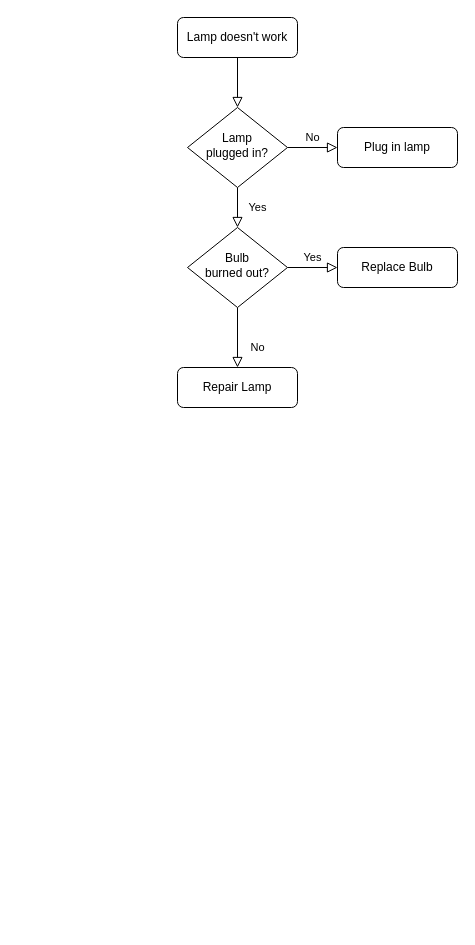
Before: Untitled Diagram.drawio in rachel0507/ECL-Authorization-mechanism, a draw.io diagram. Source tidied: cells renumbered, new cells numbered last; positions are measured from the earlier drawing's top-left corner, leaving out a move shared by most shapes. Both pictures are drawn from the tidied source at 100%, with x=0, y=0 at pixel (177, 17).
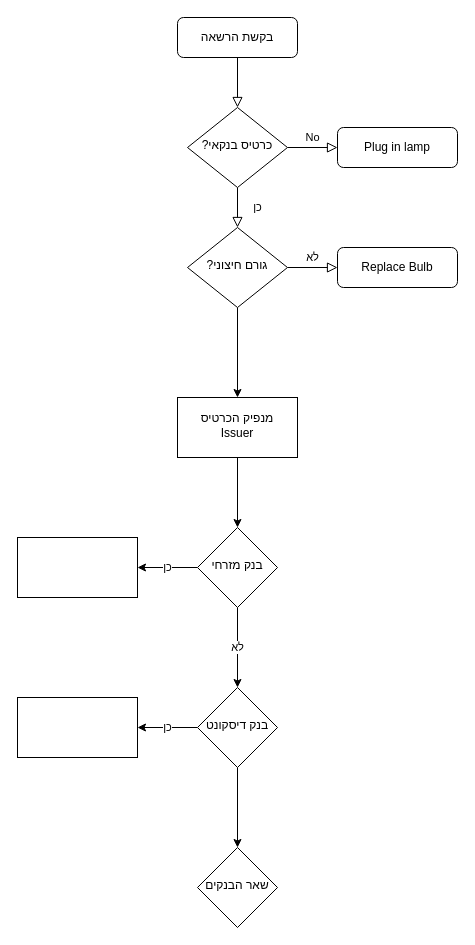
The same page after the edit.

The change refers to these unchanged cells:
```xml
<mxCell id="12" value="Replace Bulb" style="rounded=1;whiteSpace=wrap;html=1;fontSize=12;glass=0;strokeWidth=1;shadow=0;" parent="1" vertex="1">
  <mxGeometry x="160" y="230" width="120" height="40" as="geometry" />
</mxCell>
```

The edit, as a diff of the source:
```diff
@@
-    <mxCell id="3" value="Lamp doesn't work" style="rounded=1;whiteSpace=wrap;html=1;fontSize=12;glass=0;strokeWidth=1;shadow=0;" parent="1" vertex="1">
+    <mxCell id="3" value="בקשת הרשאה" style="rounded=1;whiteSpace=wrap;html=1;fontSize=12;glass=0;strokeWidth=1;shadow=0;" parent="1" vertex="1">
       <mxGeometry width="120" height="40" as="geometry" />
     </mxCell>
-    <mxCell id="4" value="Yes" style="rounded=0;html=1;jettySize=auto;fontSize=11;endArrow=block;endFill=0;endSize=8;strokeWidth=1;shadow=0;labelBackgroundColor=none;edgeStyle=orthogonalEdgeStyle;" parent="1" edge="1" source="6" target="10">
+    <mxCell id="4" value="כן" style="rounded=0;html=1;jettySize=auto;fontSize=11;endArrow=block;endFill=0;endSize=8;strokeWidth=1;shadow=0;labelBackgroundColor=none;edgeStyle=orthogonalEdgeStyle;" parent="1" edge="1" source="6" target="10">
       <mxGeometry y="20" relative="1" as="geometry" />
     </mxCell>
@@
-    <mxCell id="6" value="Lamp&lt;br&gt;plugged in?" style="rhombus;whiteSpace=wrap;html=1;shadow=0;fontFamily=Helvetica;fontSize=12;align=center;strokeWidth=1;spacing=6;spacingTop=-4;" parent="1" vertex="1">
+    <mxCell id="6" value="?כרטיס בנקאי" style="rhombus;whiteSpace=wrap;html=1;shadow=0;fontFamily=Helvetica;fontSize=12;align=center;strokeWidth=1;spacing=6;spacingTop=-4;" parent="1" vertex="1">
       <mxGeometry x="10" y="90" width="100" height="80" as="geometry" />
     </mxCell>
@@
-    <mxCell id="8" value="No" style="rounded=0;html=1;jettySize=auto;fontSize=11;endArrow=block;endFill=0;endSize=8;strokeWidth=1;shadow=0;labelBackgroundColor=none;edgeStyle=orthogonalEdgeStyle;" parent="1" edge="1" source="10" target="11">
-      <mxGeometry x="0.33" y="20" relative="1" as="geometry" />
-    </mxCell>
-    <mxCell id="9" value="Yes" style="edgeStyle=orthogonalEdgeStyle;rounded=0;html=1;jettySize=auto;fontSize=11;endArrow=block;endFill=0;endSize=8;strokeWidth=1;shadow=0;labelBackgroundColor=none;" parent="1" edge="1" source="10" target="12">
+    <mxCell id="9" value="לא" style="edgeStyle=orthogonalEdgeStyle;rounded=0;html=1;jettySize=auto;fontSize=11;endArrow=block;endFill=0;endSize=8;strokeWidth=1;shadow=0;labelBackgroundColor=none;" parent="1" edge="1" source="10" target="12">
       <mxGeometry y="10" relative="1" as="geometry" />
     </mxCell>
+    <mxCell id="13" style="edgeStyle=orthogonalEdgeStyle;rounded=0;jettySize=auto;html=1;jumpSize=4;" parent="1" edge="1" source="10" target="15">
+      <mxGeometry relative="1" as="geometry" />
+    </mxCell>
-    <mxCell id="10" value="Bulb&lt;br&gt;burned out?" style="rhombus;whiteSpace=wrap;html=1;shadow=0;fontFamily=Helvetica;fontSize=12;align=center;strokeWidth=1;spacing=6;spacingTop=-4;" parent="1" vertex="1">
+    <mxCell id="10" value="?גורם חיצוני" style="rhombus;whiteSpace=wrap;html=1;shadow=0;fontFamily=Helvetica;fontSize=12;align=center;strokeWidth=1;spacing=6;spacingTop=-4;" parent="1" vertex="1">
       <mxGeometry x="10" y="210" width="100" height="80" as="geometry" />
     </mxCell>
-    <mxCell id="11" value="Repair Lamp" style="rounded=1;whiteSpace=wrap;html=1;fontSize=12;glass=0;strokeWidth=1;shadow=0;" parent="1" vertex="1">
-      <mxGeometry y="350" width="120" height="40" as="geometry" />
-    </mxCell>
@@
+    <mxCell id="14" style="edgeStyle=orthogonalEdgeStyle;rounded=0;jettySize=auto;html=1;" parent="1" edge="1" source="15" target="18">
+      <mxGeometry relative="1" as="geometry" />
+    </mxCell>
+    <mxCell id="15" value="מנפיק הכרטיס&lt;br&gt;Issuer" style="whiteSpace=wrap;html=1;shadow=0;strokeWidth=1;spacing=6;spacingTop=-4;" parent="1" vertex="1">
+      <mxGeometry y="380" width="120" height="60" as="geometry" />
+    </mxCell>
+    <mxCell id="16" value="לא" style="edgeStyle=orthogonalEdgeStyle;rounded=0;jettySize=auto;html=1;" parent="1" edge="1" source="18" target="21">
+      <mxGeometry relative="1" as="geometry" />
+    </mxCell>
+    <mxCell id="17" value="כן" style="edgeStyle=orthogonalEdgeStyle;rounded=0;jettySize=auto;html=1;" parent="1" edge="1" source="18" target="23">
+      <mxGeometry relative="1" as="geometry" />
+    </mxCell>
+    <mxCell id="18" value="בנק מזרחי" style="rhombus;whiteSpace=wrap;html=1;shadow=0;strokeWidth=1;spacing=6;spacingTop=-4;" parent="1" vertex="1">
+      <mxGeometry x="20" y="510" width="80" height="80" as="geometry" />
+    </mxCell>
+    <mxCell id="19" style="edgeStyle=orthogonalEdgeStyle;rounded=0;jettySize=auto;html=1;" parent="1" edge="1" source="21" target="22">
+      <mxGeometry relative="1" as="geometry" />
+    </mxCell>
+    <mxCell id="20" value="כן" style="edgeStyle=orthogonalEdgeStyle;rounded=0;jettySize=auto;html=1;" parent="1" edge="1" source="21" target="24">
+      <mxGeometry relative="1" as="geometry" />
+    </mxCell>
+    <mxCell id="21" value="בנק דיסקונט" style="rhombus;whiteSpace=wrap;html=1;shadow=0;strokeWidth=1;spacing=6;spacingTop=-4;" parent="1" vertex="1">
+      <mxGeometry x="20" y="670" width="80" height="80" as="geometry" />
+    </mxCell>
+    <mxCell id="22" value="שאר הבנקים" style="rhombus;whiteSpace=wrap;html=1;shadow=0;strokeWidth=1;spacing=6;spacingTop=-4;" parent="1" vertex="1">
+      <mxGeometry x="20" y="830" width="80" height="80" as="geometry" />
+    </mxCell>
+    <mxCell id="23" style="whiteSpace=wrap;html=1;shadow=0;strokeWidth=1;spacing=6;spacingTop=-4;" parent="1" vertex="1">
+      <mxGeometry x="-160" y="520" width="120" height="60" as="geometry" />
+    </mxCell>
+    <mxCell id="24" style="whiteSpace=wrap;html=1;shadow=0;strokeWidth=1;spacing=6;spacingTop=-4;" parent="1" vertex="1">
+      <mxGeometry x="-160" y="680" width="120" height="60" as="geometry" />
+    </mxCell>
```
